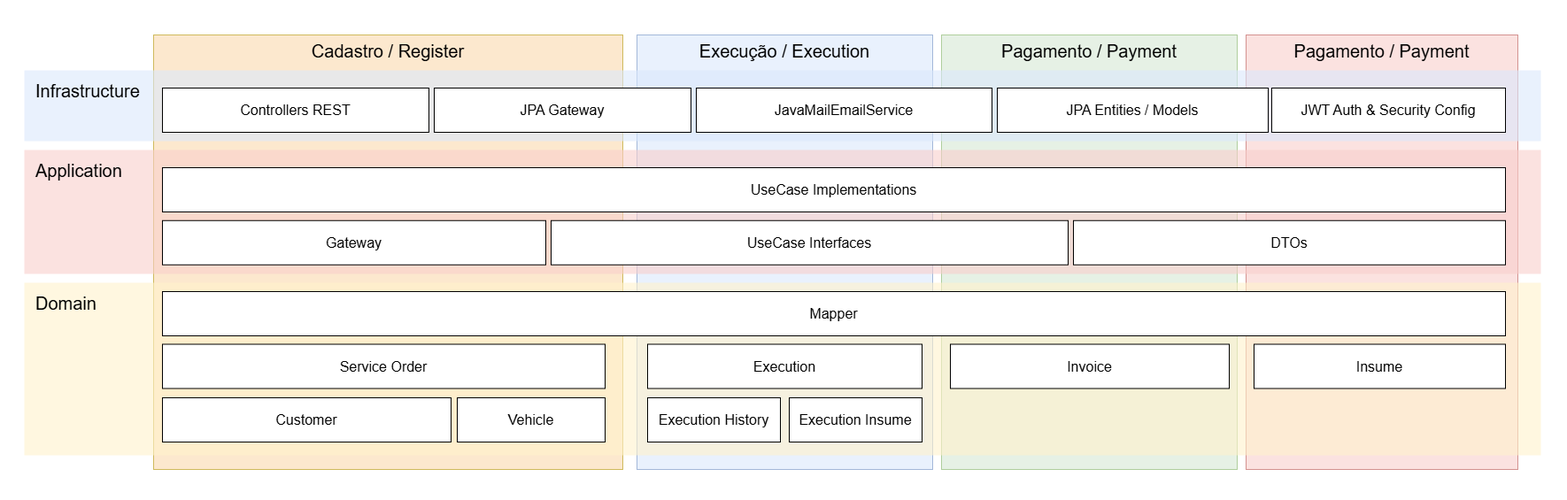
tech-challenge-fiap-repairshop/tech-challenge-repairshop-app keeps this draw.io diagram as docs/delivery/fase2/diagrama_arquitetura.png. Above is the earlier version. Source tidied: cells renumbered, new cells last; positions are measured from the earlier drawing's top-left corner, leaving out a move shared by most shapes. Source of this version:
```xml
<mxGraphModel>
  <root>
    <mxCell id="0" />
    <mxCell id="1" parent="0" />
    <mxCell id="2" style="group;" parent="1" vertex="1">
      <mxGeometry width="1770" height="564" as="geometry" />
    </mxCell>
    <mxCell id="3" style="group;" parent="2" vertex="1">
      <mxGeometry width="1770" height="564" as="geometry" />
    </mxCell>
    <mxCell id="4" style="rounded=0;whiteSpace=wrap;html=1;strokeColor=none;" parent="3" vertex="1">
      <mxGeometry width="1770" height="564" as="geometry" />
    </mxCell>
    <mxCell id="5" value="&lt;span style=&quot;font-size: 20px; text-align: left;&quot;&gt;Pagamento / Payment&lt;/span&gt;" style="rounded=0;whiteSpace=wrap;html=1;verticalAlign=top;fontSize=16;fillColor=#f8cecc;strokeColor=#b85450;opacity=60;" parent="2" vertex="1">
      <mxGeometry x="1407" y="39" width="307" height="491" as="geometry" />
    </mxCell>
    <mxCell id="6" value="&lt;span style=&quot;font-size: 20px; text-align: left;&quot;&gt;Pagamento / Payment&lt;/span&gt;" style="rounded=0;whiteSpace=wrap;html=1;verticalAlign=top;fontSize=16;fillColor=#d5e8d4;strokeColor=#82b366;opacity=60;" parent="2" vertex="1">
      <mxGeometry x="1063" y="39" width="334" height="491" as="geometry" />
    </mxCell>
    <mxCell id="7" value="&lt;span style=&quot;font-size: 20px; text-align: left;&quot;&gt;Cadastro / Register&lt;/span&gt;" style="rounded=0;whiteSpace=wrap;html=1;verticalAlign=top;fontSize=16;fillColor=light-dark(#fad8ad, #675000);fontColor=#000000;strokeColor=#B09500;opacity=60;" parent="2" vertex="1">
      <mxGeometry x="173" y="39" width="530" height="491" as="geometry" />
    </mxCell>
    <mxCell id="8" value="&lt;span style=&quot;font-size: 20px; text-align: left;&quot;&gt;Execução / Execution&lt;/span&gt;" style="rounded=0;whiteSpace=wrap;html=1;verticalAlign=top;fontSize=16;fillColor=#dae8fc;strokeColor=#6c8ebf;opacity=60;" parent="2" vertex="1">
      <mxGeometry x="719" y="39" width="334" height="491" as="geometry" />
    </mxCell>
    <mxCell id="9" value="Domain" style="rounded=0;whiteSpace=wrap;html=1;verticalAlign=top;fontSize=20;fillColor=#fff2cc;align=left;spacingTop=5;spacingLeft=11;strokeColor=none;strokeWidth=0;opacity=60;" parent="2" vertex="1">
      <mxGeometry x="27" y="319" width="1713" height="195" as="geometry" />
    </mxCell>
    <mxCell id="10" value="Vehicle" style="rounded=0;whiteSpace=wrap;html=1;verticalAlign=middle;fontSize=16;" parent="2" vertex="1">
      <mxGeometry x="516" y="449" width="167" height="50" as="geometry" />
    </mxCell>
    <mxCell id="11" value="Customer" style="rounded=0;whiteSpace=wrap;html=1;verticalAlign=middle;fontSize=16;" parent="2" vertex="1">
      <mxGeometry x="183" y="449" width="326" height="50" as="geometry" />
    </mxCell>
    <mxCell id="12" value="&lt;div&gt;&lt;span style=&quot;background-color: transparent; color: light-dark(rgb(0, 0, 0), rgb(255, 255, 255));&quot;&gt;Service Order&lt;/span&gt;&lt;/div&gt;" style="rounded=0;whiteSpace=wrap;html=1;verticalAlign=middle;fontSize=16;" parent="2" vertex="1">
      <mxGeometry x="183" y="388.5" width="500" height="50" as="geometry" />
    </mxCell>
    <mxCell id="13" value="&lt;div&gt;&lt;span style=&quot;background-color: transparent; color: light-dark(rgb(0, 0, 0), rgb(255, 255, 255));&quot;&gt;Execution&lt;/span&gt;&lt;/div&gt;" style="rounded=0;whiteSpace=wrap;html=1;verticalAlign=middle;fontSize=16;" parent="2" vertex="1">
      <mxGeometry x="731" y="388.5" width="310" height="50" as="geometry" />
    </mxCell>
    <mxCell id="14" value="&lt;div&gt;&lt;span style=&quot;background-color: transparent; color: light-dark(rgb(0, 0, 0), rgb(255, 255, 255));&quot;&gt;Execution History&lt;/span&gt;&lt;/div&gt;" style="rounded=0;whiteSpace=wrap;html=1;verticalAlign=middle;fontSize=16;" parent="2" vertex="1">
      <mxGeometry x="731" y="449" width="150" height="50" as="geometry" />
    </mxCell>
    <mxCell id="15" value="&lt;div&gt;&lt;span style=&quot;background-color: transparent; color: light-dark(rgb(0, 0, 0), rgb(255, 255, 255));&quot;&gt;Execution Insume&lt;/span&gt;&lt;/div&gt;" style="rounded=0;whiteSpace=wrap;html=1;verticalAlign=middle;fontSize=16;" parent="2" vertex="1">
      <mxGeometry x="891" y="449" width="150" height="50" as="geometry" />
    </mxCell>
    <mxCell id="16" value="Infrastructure" style="rounded=0;whiteSpace=wrap;html=1;verticalAlign=top;fontSize=20;fillColor=#dae8fc;align=left;labelBackgroundColor=none;spacingTop=5;spacingLeft=11;strokeColor=none;strokeWidth=0;opacity=60;" parent="2" vertex="1">
      <mxGeometry x="27" y="79" width="1713" height="80" as="geometry" />
    </mxCell>
    <mxCell id="17" value="Application" style="rounded=0;whiteSpace=wrap;html=1;verticalAlign=top;fontSize=20;fillColor=#f8cecc;align=left;labelBackgroundColor=none;spacingTop=5;spacingLeft=11;strokeColor=none;strokeWidth=0;opacity=60;" parent="2" vertex="1">
      <mxGeometry x="27" y="169" width="1713" height="140" as="geometry" />
    </mxCell>
    <mxCell id="18" value="UseCase Implementations" style="rounded=0;whiteSpace=wrap;html=1;verticalAlign=middle;fontSize=16;fillColor=default;" parent="2" vertex="1">
      <mxGeometry x="183" y="189" width="1517" height="50" as="geometry" />
    </mxCell>
    <mxCell id="19" value="Gateway" style="rounded=0;whiteSpace=wrap;html=1;verticalAlign=middle;fontSize=16;fillColor=default;" parent="2" vertex="1">
      <mxGeometry x="183" y="248.8" width="433" height="50" as="geometry" />
    </mxCell>
    <mxCell id="20" value="JPA Gateway" style="rounded=0;whiteSpace=wrap;html=1;verticalAlign=middle;fontSize=16;fillColor=default;" parent="2" vertex="1">
      <mxGeometry x="490" y="99" width="290" height="50" as="geometry" />
    </mxCell>
    <mxCell id="21" value="Controllers REST" style="rounded=0;whiteSpace=wrap;html=1;verticalAlign=middle;fontSize=16;fillColor=default;" parent="2" vertex="1">
      <mxGeometry x="183" y="99" width="301" height="50" as="geometry" />
    </mxCell>
    <mxCell id="22" value="DTOs" style="rounded=0;whiteSpace=wrap;html=1;verticalAlign=middle;fontSize=16;fillColor=default;" parent="2" vertex="1">
      <mxGeometry x="1212" y="248.8" width="488" height="50" as="geometry" />
    </mxCell>
    <mxCell id="23" value="JPA Entities / Models" style="rounded=0;whiteSpace=wrap;html=1;verticalAlign=middle;fontSize=16;fillColor=default;" parent="2" vertex="1">
      <mxGeometry x="1126" y="99" width="306" height="50" as="geometry" />
    </mxCell>
    <mxCell id="24" value="JWT Auth &amp;amp; Security Config" style="rounded=0;whiteSpace=wrap;html=1;verticalAlign=middle;fontSize=16;fillColor=default;" parent="2" vertex="1">
      <mxGeometry x="1436" y="99" width="264" height="50" as="geometry" />
    </mxCell>
    <mxCell id="25" value="UseCase Interfaces" style="rounded=0;whiteSpace=wrap;html=1;verticalAlign=middle;fontSize=16;fillColor=default;" parent="2" vertex="1">
      <mxGeometry x="622" y="248.8" width="584" height="50" as="geometry" />
    </mxCell>
    <mxCell id="26" value="Mapper" style="rounded=0;whiteSpace=wrap;html=1;verticalAlign=middle;fontSize=16;fillColor=default;" parent="2" vertex="1">
      <mxGeometry x="183" y="329" width="1517" height="50" as="geometry" />
    </mxCell>
    <mxCell id="27" value="&lt;div&gt;&lt;span style=&quot;background-color: transparent; color: light-dark(rgb(0, 0, 0), rgb(255, 255, 255));&quot;&gt;Invoice&lt;/span&gt;&lt;/div&gt;" style="rounded=0;whiteSpace=wrap;html=1;verticalAlign=middle;fontSize=16;" parent="2" vertex="1">
      <mxGeometry x="1073" y="388.5" width="315" height="50" as="geometry" />
    </mxCell>
    <mxCell id="28" value="&lt;div&gt;&lt;span style=&quot;background-color: transparent; color: light-dark(rgb(0, 0, 0), rgb(255, 255, 255));&quot;&gt;Insume&lt;/span&gt;&lt;/div&gt;" style="rounded=0;whiteSpace=wrap;html=1;verticalAlign=middle;fontSize=16;" parent="2" vertex="1">
      <mxGeometry x="1416" y="388.5" width="284" height="50" as="geometry" />
    </mxCell>
    <mxCell id="29" value="JavaMailEmailService" style="rounded=0;whiteSpace=wrap;html=1;verticalAlign=middle;fontSize=16;fillColor=default;" parent="2" vertex="1">
      <mxGeometry x="786" y="99" width="334" height="50" as="geometry" />
    </mxCell>
  </root>
</mxGraphModel>
```
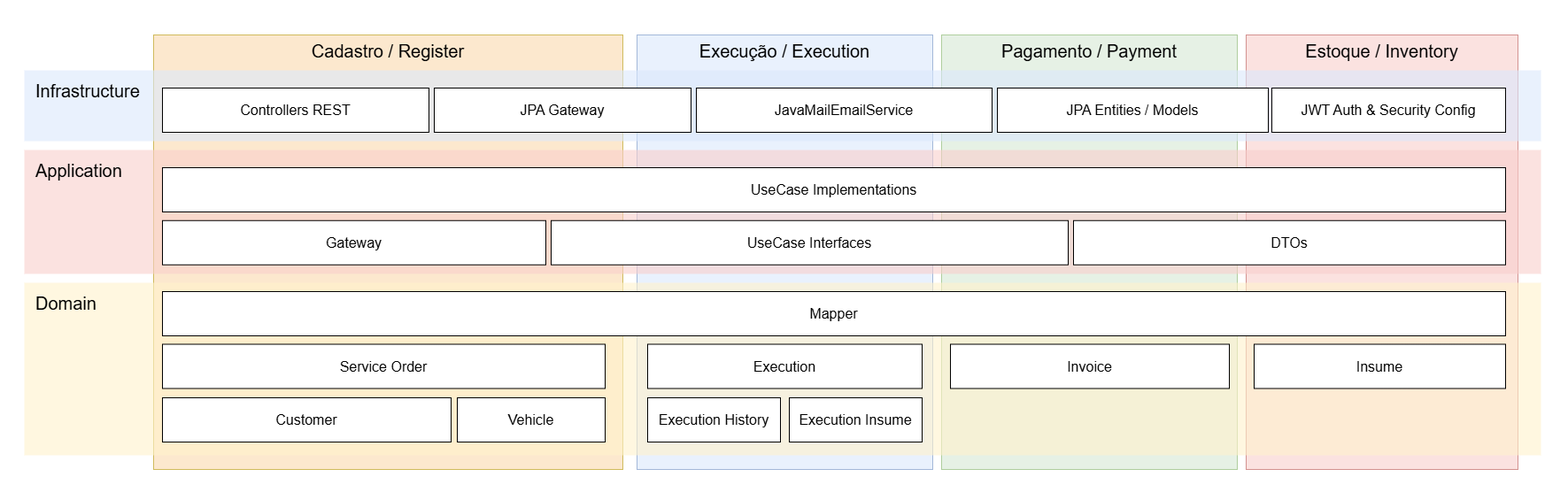
The same file after the commit.

What changed in the source:
```diff
@@ -11,7 +11,7 @@
     <mxCell id="4" style="rounded=0;whiteSpace=wrap;html=1;strokeColor=none;" parent="3" vertex="1">
       <mxGeometry width="1770" height="564" as="geometry" />
     </mxCell>
-    <mxCell id="5" value="&lt;span style=&quot;font-size: 20px; text-align: left;&quot;&gt;Pagamento / Payment&lt;/span&gt;" style="rounded=0;whiteSpace=wrap;html=1;verticalAlign=top;fontSize=16;fillColor=#f8cecc;strokeColor=#b85450;opacity=60;" parent="2" vertex="1">
+    <mxCell id="5" value="&lt;span style=&quot;font-size: 20px; text-align: left;&quot;&gt;Estoque / Inventory&lt;/span&gt;" style="rounded=0;whiteSpace=wrap;html=1;verticalAlign=top;fontSize=16;fillColor=#f8cecc;strokeColor=#b85450;opacity=60;" parent="2" vertex="1">
       <mxGeometry x="1407" y="39" width="307" height="491" as="geometry" />
     </mxCell>
     <mxCell id="6" value="&lt;span style=&quot;font-size: 20px; text-align: left;&quot;&gt;Pagamento / Payment&lt;/span&gt;" style="rounded=0;whiteSpace=wrap;html=1;verticalAlign=top;fontSize=16;fillColor=#d5e8d4;strokeColor=#82b366;opacity=60;" parent="2" vertex="1">
```
